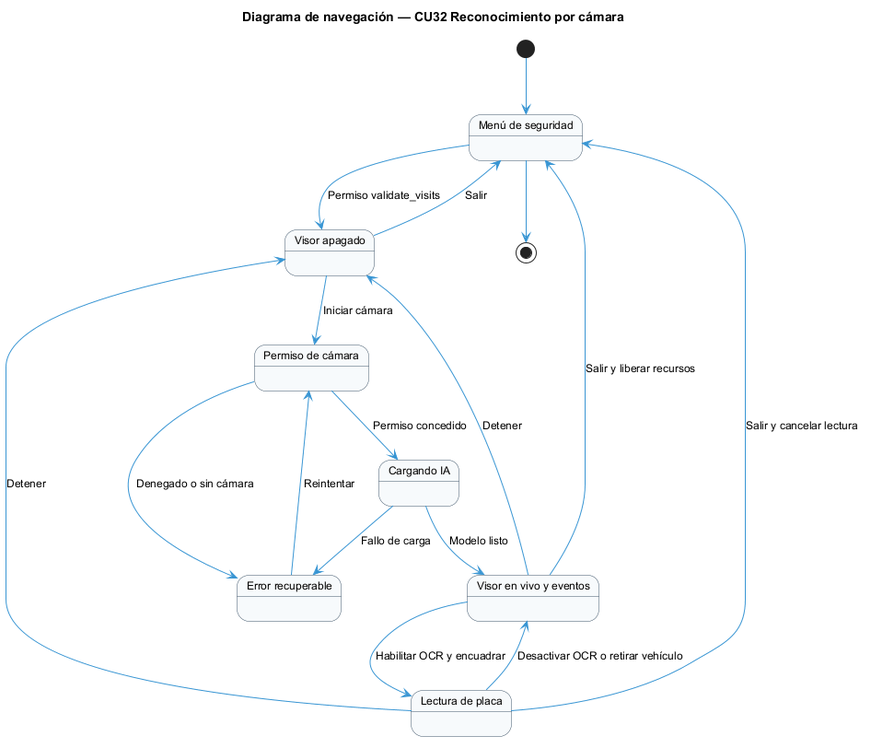
Gerstep360/Taji-Backend keeps this PlantUML diagram as docs/Sprint 4/Diagrama de Navegación/CU32_Navegacion.png. Above is the earlier version. Its diagram source:
```plantuml
@startuml
skinparam backgroundColor white
skinparam shadowing false
skinparam defaultFontName Arial
skinparam defaultFontSize 12
title Diagrama de navegación — CU32 Reconocimiento por cámara
skinparam ArrowColor #3895D3
skinparam state {
 BackgroundColor #F7FAFC
 BorderColor #40566A
 RoundCorner 12
}
state "Menú de seguridad" as M
state "Visor apagado" as A
state "Permiso de cámara" as P
state "Cargando IA" as C
state "Visor en vivo y eventos" as V
state "Lectura de placa" as L
state "Error recuperable" as E
[*] --> M
M --> A : Permiso validate_visits
A --> P : Iniciar cámara
P --> C : Permiso concedido
P --> E : Denegado o sin cámara
C --> V : Modelo listo
C --> E : Fallo de carga
V --> L : Habilitar OCR y encuadrar
L --> V : Desactivar OCR o retirar vehículo
V --> A : Detener
L --> A : Detener
E --> P : Reintentar
A --> M : Salir
V --> M : Salir y liberar recursos
L --> M : Salir y cancelar lectura
M --> [*]
@enduml
```
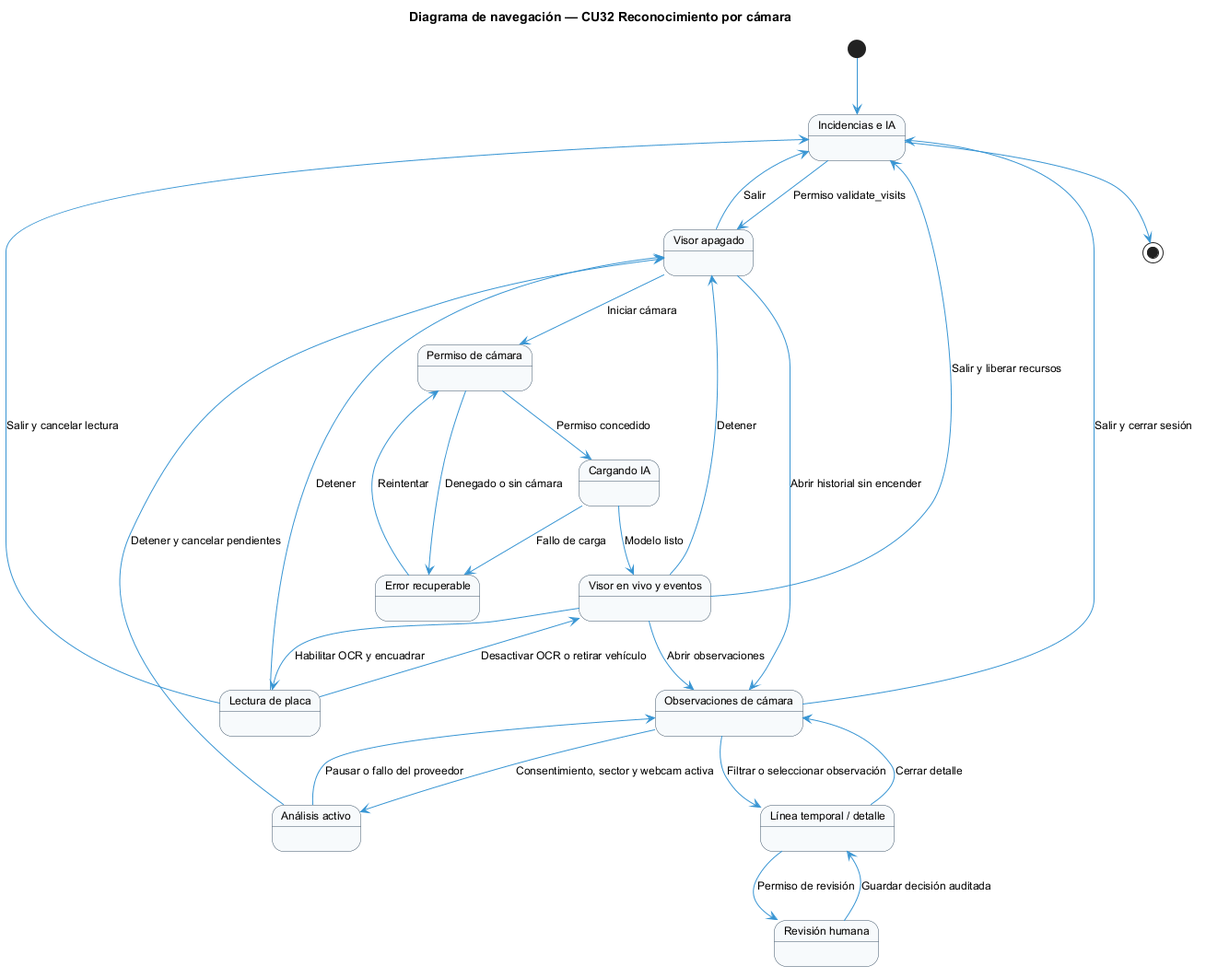
The same file after the commit.

The edit, as a diff of the source:
```diff
@@ -10,13 +10,17 @@
  BorderColor #40566A
  RoundCorner 12
 }
-state "Menú de seguridad" as M
+state "Incidencias e IA" as M
 state "Visor apagado" as A
 state "Permiso de cámara" as P
 state "Cargando IA" as C
 state "Visor en vivo y eventos" as V
 state "Lectura de placa" as L
 state "Error recuperable" as E
+state "Observaciones de cámara" as O
+state "Análisis activo" as N
+state "Línea temporal / detalle" as H
+state "Revisión humana" as R
 [*] --> M
 M --> A : Permiso validate_visits
 A --> P : Iniciar cámara
@@ -32,5 +36,15 @@
 A --> M : Salir
 V --> M : Salir y liberar recursos
 L --> M : Salir y cancelar lectura
+A --> O : Abrir historial sin encender
+V --> O : Abrir observaciones
+O --> N : Consentimiento, sector y webcam activa
+N --> O : Pausar o fallo del proveedor
+O --> H : Filtrar o seleccionar observación
+H --> R : Permiso de revisión
+R --> H : Guardar decisión auditada
+H --> O : Cerrar detalle
+O --> M : Salir y cerrar sesión
+N --> A : Detener y cancelar pendientes
 M --> [*]
 @enduml
```
